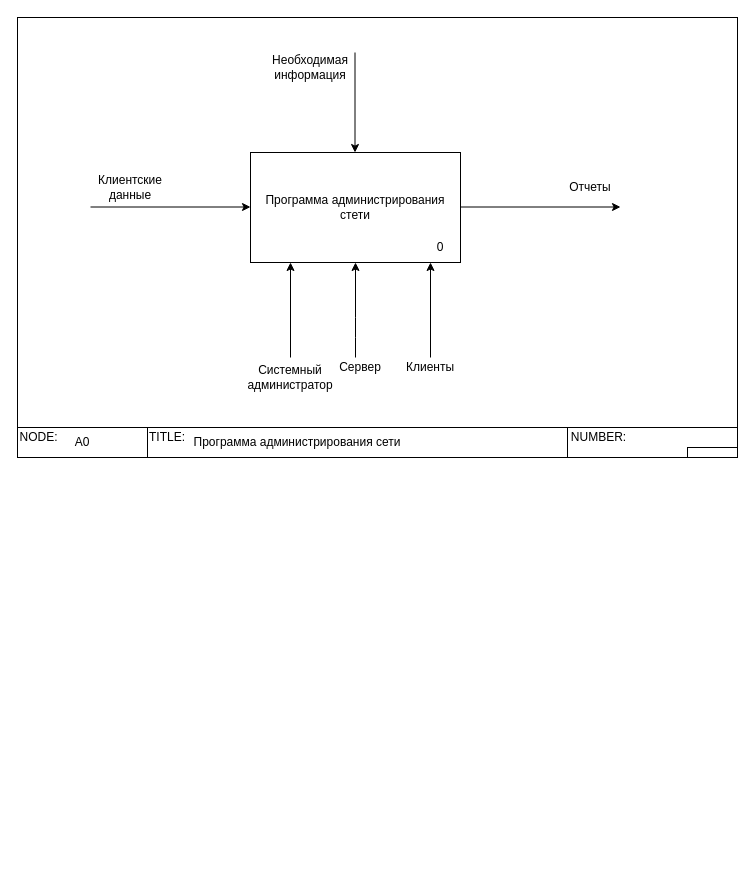
Before: Контекстная диаграмма "Программа администрирования сети".drawio in OhotnikovV/AvIS, a draw.io diagram. Source tidied: cells renumbered, new cells numbered last; positions are measured from the earlier drawing's top-left corner, leaving out a move shared by most shapes. Both pictures are drawn from the tidied source at 100%, with x=0, y=0 at pixel (17, 17).
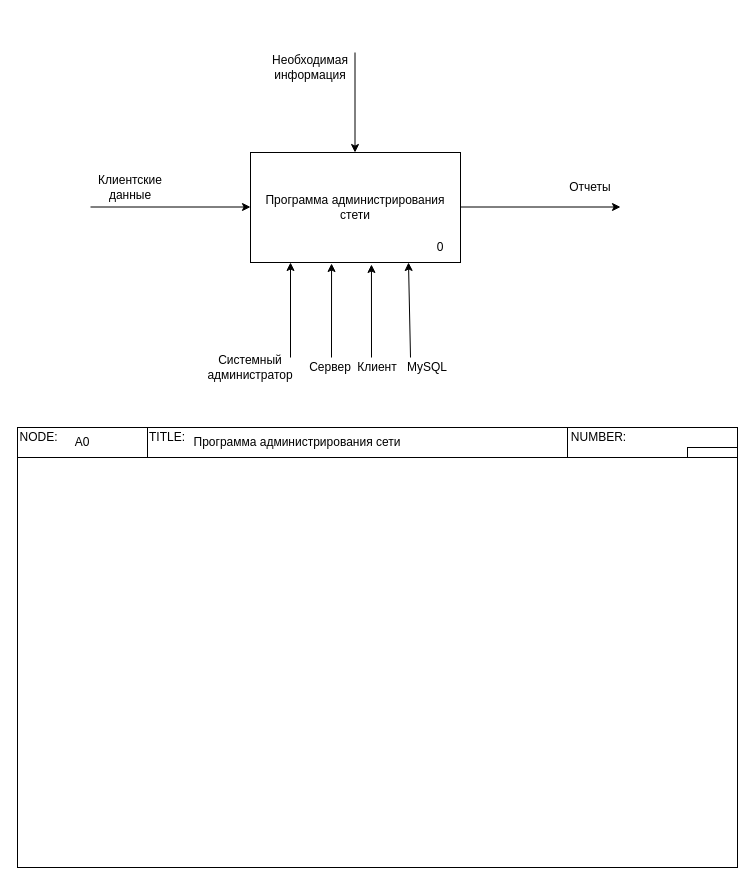
The same diagram, later.

Unchanged cells that the change refers to:
```xml
<mxCell id="2" value="Программа администрирования стети" style="rounded=0;whiteSpace=wrap;html=1;" parent="1" vertex="1">
  <mxGeometry x="233" y="135" width="210" height="110" as="geometry" />
</mxCell>
```

The edit, as a diff of the source:
```diff
@@
-    <mxCell id="5" style="endArrow=classic;html=1;" parent="1" edge="1">
+    <mxCell id="5" style="endArrow=classic;html=1;entryX=0.576;entryY=1.018;entryDx=0;entryDy=0;entryPerimeter=0;" parent="1" edge="1" target="2">
       <mxGeometry relative="1" as="geometry">
-        <mxPoint x="413" y="340" as="sourcePoint" />
-        <mxPoint x="413" y="245" as="targetPoint" />
+        <mxPoint x="354" y="340" as="sourcePoint" />
       </mxGeometry>
     </mxCell>
@@
     <mxCell id="11" value="Системный администратор" style="text;html=1;strokeColor=none;fillColor=none;align=center;verticalAlign=middle;whiteSpace=wrap;rounded=0;" parent="1" vertex="1">
-      <mxGeometry x="253" y="350" width="40" height="20" as="geometry" />
+      <mxGeometry x="213" y="340" width="40" height="20" as="geometry" />
     </mxCell>
-    <mxCell id="12" value="Клиенты" style="text;html=1;strokeColor=none;fillColor=none;align=center;verticalAlign=middle;whiteSpace=wrap;rounded=0;" parent="1" vertex="1">
-      <mxGeometry x="393" y="340" width="40" height="20" as="geometry" />
-    </mxCell>
@@
-    <mxCell id="14" style="endArrow=classic;html=1;entryX=0.5;entryY=1;entryDx=0;entryDy=0;" parent="1" edge="1" target="2">
+    <mxCell id="14" style="endArrow=classic;html=1;entryX=0.386;entryY=1.009;entryDx=0;entryDy=0;entryPerimeter=0;" parent="1" edge="1" target="2">
       <mxGeometry relative="1" as="geometry">
-        <mxPoint x="338" y="340" as="sourcePoint" />
-        <Array as="points">
-          <mxPoint x="338" y="310" />
-        </Array>
+        <mxPoint x="314" y="340" as="sourcePoint" />
       </mxGeometry>
     </mxCell>
-    <mxCell id="15" value="Сервер" style="text;html=1;strokeColor=none;fillColor=none;align=center;verticalAlign=middle;whiteSpace=wrap;rounded=0;" parent="1" vertex="1">
-      <mxGeometry x="323" y="340" width="40" height="20" as="geometry" />
-    </mxCell>
     <mxCell id="16" style="rounded=0;whiteSpace=wrap;html=1;fillColor=none;" parent="1" vertex="1">
-      <mxGeometry width="720" height="410" as="geometry" />
+      <mxGeometry y="440" width="720" height="410" as="geometry" />
     </mxCell>
@@
+    <mxCell id="26" style="endArrow=classic;html=1;" parent="1" edge="1">
+      <mxGeometry relative="1" as="geometry">
+        <mxPoint x="393" y="340" as="sourcePoint" />
+        <mxPoint x="391" y="245" as="targetPoint" />
+      </mxGeometry>
+    </mxCell>
+    <mxCell id="15" value="Сервер" style="text;html=1;strokeColor=none;fillColor=none;align=center;verticalAlign=middle;whiteSpace=wrap;rounded=0;" parent="1" vertex="1">
+      <mxGeometry x="293" y="340" width="40" height="20" as="geometry" />
+    </mxCell>
+    <mxCell id="27" value="Клиент" style="text;html=1;strokeColor=none;fillColor=none;align=center;verticalAlign=middle;whiteSpace=wrap;rounded=0;" parent="1" vertex="1">
+      <mxGeometry x="340" y="340" width="40" height="20" as="geometry" />
+    </mxCell>
+    <mxCell id="28" value="MySQL" style="text;html=1;strokeColor=none;fillColor=none;align=center;verticalAlign=middle;whiteSpace=wrap;rounded=0;" parent="1" vertex="1">
+      <mxGeometry x="390" y="340" width="40" height="20" as="geometry" />
+    </mxCell>
```
